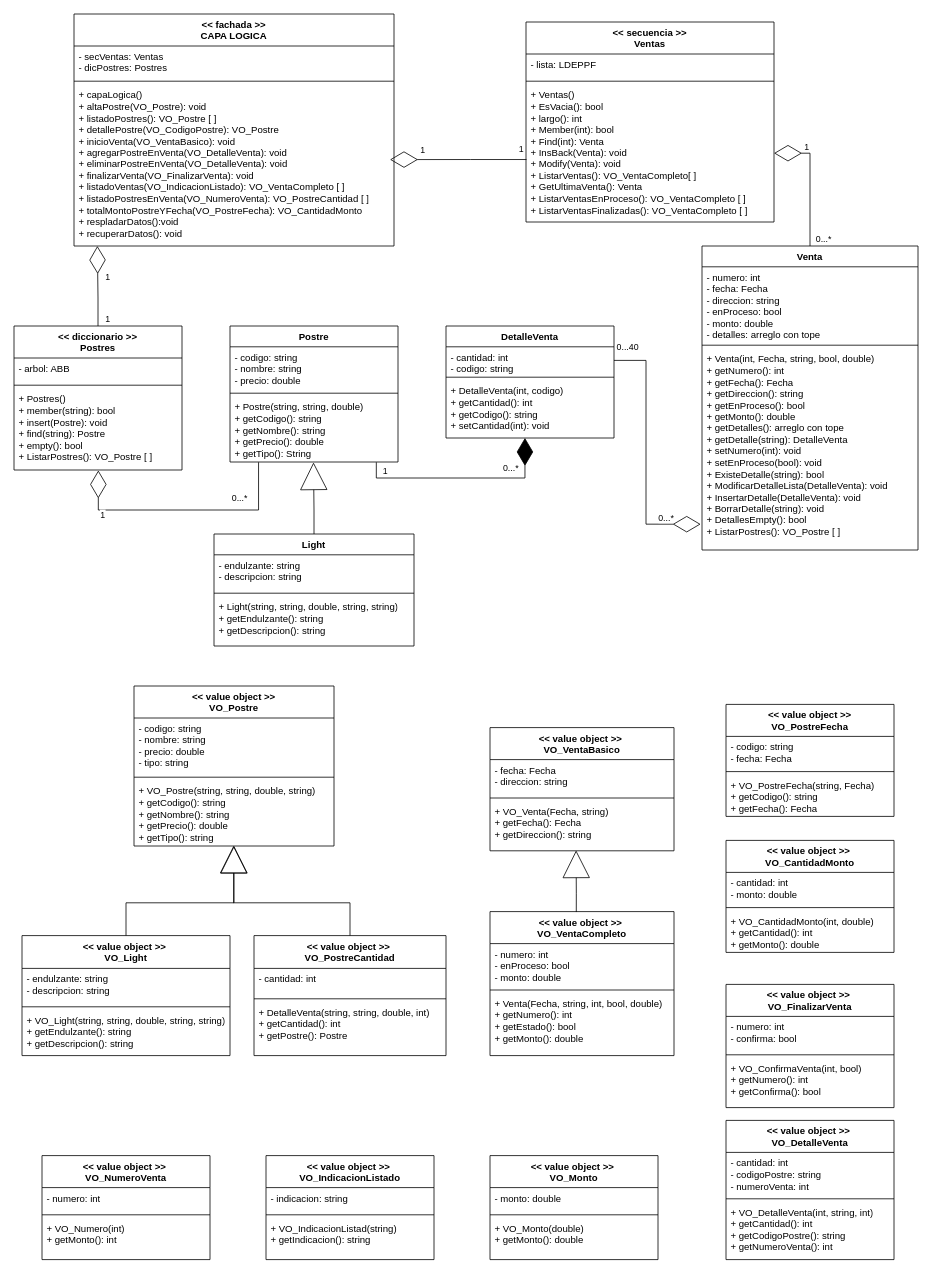
Before: DOCS/Diagramas/Diagrama de clases de implementación.drawio in faussantos/UDE_TALLER_2_2026, a draw.io diagram. Source tidied: cells renumbered, new cells numbered last; positions are measured from the earlier drawing's top-left corner, leaving out a move shared by most shapes. Both pictures are drawn from the tidied source at 80%, with x=0, y=0 at pixel (14, 14).
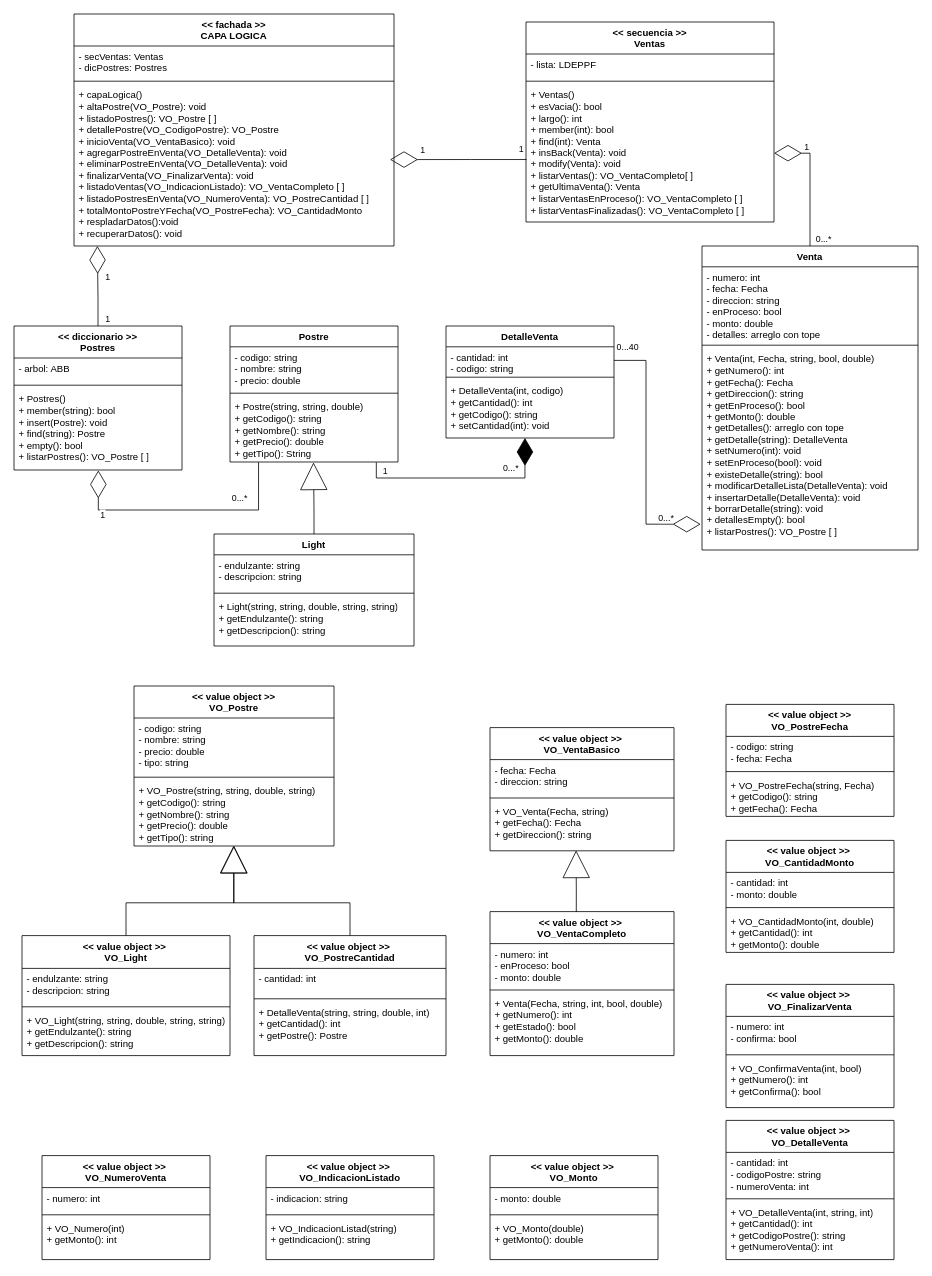
The same diagram, later.

Commit message (it also covers changes not shown here):
diagrama minusculas

The change refers to these unchanged cells:
```xml
<mxCell id="14" value="Venta" style="swimlane;fontStyle=1;align=center;verticalAlign=top;horizontal=1;startSize=26;whiteSpace=wrap;html=1;" parent="1" vertex="1">
  <mxGeometry x="860" y="290" width="270" height="380" as="geometry" />
</mxCell>
<mxCell id="22" value="&lt;div&gt;&amp;lt;&amp;lt; secuencia &amp;gt;&amp;gt;&lt;/div&gt;Ventas" style="swimlane;fontStyle=1;align=center;verticalAlign=top;horizontal=1;startSize=40;whiteSpace=wrap;html=1;" parent="1" vertex="1">
  <mxGeometry x="640" y="10" width="310" height="250" as="geometry" />
</mxCell>
<mxCell id="29" value="&lt;div&gt;&amp;lt;&amp;lt; diccionario &amp;gt;&amp;gt;&lt;/div&gt;Postres" style="swimlane;fontStyle=1;align=center;verticalAlign=top;horizontal=1;startSize=40;whiteSpace=wrap;html=1;" parent="1" vertex="1">
  <mxGeometry y="390" width="210" height="180" as="geometry" />
</mxCell>
```

What changed in the source:
```diff
@@
-    <mxCell id="17" value="+ Venta(int, Fecha, string, bool, double)&lt;div&gt;&lt;span style=&quot;background-color: transparent; color: light-dark(rgb(0, 0, 0), rgb(255, 255, 255));&quot;&gt;+ getNumero(): int&lt;/span&gt;&lt;/div&gt;&lt;div&gt;&lt;span style=&quot;background-color: transparent; color: light-dark(rgb(0, 0, 0), rgb(255, 255, 255));&quot;&gt;+ getFecha(): Fecha&amp;nbsp;&lt;/span&gt;&lt;/div&gt;&lt;div&gt;&lt;span style=&quot;background-color: transparent; color: light-dark(rgb(0, 0, 0), rgb(255, 255, 255));&quot;&gt;+ getDireccion(): string&lt;/span&gt;&lt;/div&gt;&lt;div&gt;&lt;span style=&quot;background-color: transparent; color: light-dark(rgb(0, 0, 0), rgb(255, 255, 255));&quot;&gt;+ getEnProceso(): bool&lt;/span&gt;&lt;/div&gt;&lt;div&gt;&lt;span style=&quot;background-color: transparent; color: light-dark(rgb(0, 0, 0), rgb(255, 255, 255));&quot;&gt;+ getMonto(): double&lt;/span&gt;&lt;/div&gt;&lt;div&gt;+ getDetalles(): arreglo con tope&lt;/div&gt;&lt;div&gt;+ getDetalle(string): DetalleVenta&lt;/div&gt;&lt;div&gt;+ setNumero(int): void&lt;/div&gt;&lt;div&gt;+ setEnProceso(bool): void&lt;/div&gt;&lt;div&gt;+ ExisteDetalle(string): bool&lt;/div&gt;&lt;div&gt;+ ModificarDetalleLista(DetalleVenta): void&lt;/div&gt;&lt;div&gt;+ InsertarDetalle(DetalleVenta): void&lt;/div&gt;&lt;div&gt;+ BorrarDetalle(string): void&lt;/div&gt;&lt;div&gt;+ DetallesEmpty(): bool&lt;/div&gt;&lt;div&gt;+ ListarPostres(): VO_Postre [ ]&lt;/div&gt;" style="text;strokeColor=none;fillColor=none;align=left;verticalAlign=top;spacingLeft=4;spacingRight=4;overflow=hidden;points=[[0,0.5],[1,0.5]];portConstraint=eastwest;whiteSpace=wrap;html=1;" parent="14" vertex="1">
+    <mxCell id="17" value="+ Venta(int, Fecha, string, bool, double)&lt;div&gt;&lt;span style=&quot;background-color: transparent; color: light-dark(rgb(0, 0, 0), rgb(255, 255, 255));&quot;&gt;+ getNumero(): int&lt;/span&gt;&lt;/div&gt;&lt;div&gt;&lt;span style=&quot;background-color: transparent; color: light-dark(rgb(0, 0, 0), rgb(255, 255, 255));&quot;&gt;+ getFecha(): Fecha&amp;nbsp;&lt;/span&gt;&lt;/div&gt;&lt;div&gt;&lt;span style=&quot;background-color: transparent; color: light-dark(rgb(0, 0, 0), rgb(255, 255, 255));&quot;&gt;+ getDireccion(): string&lt;/span&gt;&lt;/div&gt;&lt;div&gt;&lt;span style=&quot;background-color: transparent; color: light-dark(rgb(0, 0, 0), rgb(255, 255, 255));&quot;&gt;+ getEnProceso(): bool&lt;/span&gt;&lt;/div&gt;&lt;div&gt;&lt;span style=&quot;background-color: transparent; color: light-dark(rgb(0, 0, 0), rgb(255, 255, 255));&quot;&gt;+ getMonto(): double&lt;/span&gt;&lt;/div&gt;&lt;div&gt;+ getDetalles(): arreglo con tope&lt;/div&gt;&lt;div&gt;+ getDetalle(string): DetalleVenta&lt;/div&gt;&lt;div&gt;+ setNumero(int): void&lt;/div&gt;&lt;div&gt;+ setEnProceso(bool): void&lt;/div&gt;&lt;div&gt;+ existeDetalle(string): bool&lt;/div&gt;&lt;div&gt;+ modificarDetalleLista(DetalleVenta): void&lt;/div&gt;&lt;div&gt;+ insertarDetalle(DetalleVenta): void&lt;/div&gt;&lt;div&gt;+ borrarDetalle(string): void&lt;/div&gt;&lt;div&gt;+ detallesEmpty(): bool&lt;/div&gt;&lt;div&gt;+ listarPostres(): VO_Postre [ ]&lt;/div&gt;" style="text;strokeColor=none;fillColor=none;align=left;verticalAlign=top;spacingLeft=4;spacingRight=4;overflow=hidden;points=[[0,0.5],[1,0.5]];portConstraint=eastwest;whiteSpace=wrap;html=1;" parent="14" vertex="1">
       <mxGeometry y="128" width="270" height="252" as="geometry" />
     </mxCell>
@@
-    <mxCell id="25" value="+ Ventas()&lt;div&gt;+ EsVacia(): bool&lt;/div&gt;&lt;div&gt;+ largo(): int&lt;/div&gt;&lt;div&gt;+ Member(int): bool&lt;/div&gt;&lt;div&gt;+ Find(int): Venta&lt;/div&gt;&lt;div&gt;+ InsBack(Venta): void&lt;/div&gt;&lt;div&gt;+ Modify(Venta): void&lt;/div&gt;&lt;div&gt;+ ListarVentas(): VO_VentaCompleto[ ]&lt;/div&gt;&lt;div&gt;+ GetUltimaVenta(): Venta&lt;/div&gt;&lt;div&gt;+ ListarVentasEnProceso(): VO_VentaCompleto [ ]&lt;/div&gt;&lt;div&gt;+ ListarVentasFinalizadas(): VO_VentaCompleto [ ]&lt;/div&gt;" style="text;strokeColor=none;fillColor=none;align=left;verticalAlign=top;spacingLeft=4;spacingRight=4;overflow=hidden;points=[[0,0.5],[1,0.5]];portConstraint=eastwest;whiteSpace=wrap;html=1;" parent="22" vertex="1">
+    <mxCell id="25" value="+ Ventas()&lt;div&gt;+ esVacia(): bool&lt;/div&gt;&lt;div&gt;+ largo(): int&lt;/div&gt;&lt;div&gt;+ member(int): bool&lt;/div&gt;&lt;div&gt;+ find(int): Venta&lt;/div&gt;&lt;div&gt;+ insBack(Venta): void&lt;/div&gt;&lt;div&gt;+ modify(Venta): void&lt;/div&gt;&lt;div&gt;+ listarVentas(): VO_VentaCompleto[ ]&lt;/div&gt;&lt;div&gt;+ getUltimaVenta(): Venta&lt;/div&gt;&lt;div&gt;+ listarVentasEnProceso(): VO_VentaCompleto [ ]&lt;/div&gt;&lt;div&gt;+ l&lt;span style=&quot;background-color: transparent; color: light-dark(rgb(0, 0, 0), rgb(255, 255, 255));&quot;&gt;istarVentasFinalizadas(): VO_VentaCompleto [ ]&lt;/span&gt;&lt;/div&gt;" style="text;strokeColor=none;fillColor=none;align=left;verticalAlign=top;spacingLeft=4;spacingRight=4;overflow=hidden;points=[[0,0.5],[1,0.5]];portConstraint=eastwest;whiteSpace=wrap;html=1;" parent="22" vertex="1">
       <mxGeometry y="78" width="310" height="172" as="geometry" />
     </mxCell>
@@
-    <mxCell id="32" value="+ Postres()&lt;div&gt;+ member(string): bool&lt;/div&gt;&lt;div&gt;+ insert(Postre): void&lt;/div&gt;&lt;div&gt;+ find(string): Postre&lt;/div&gt;&lt;div&gt;+ empty(): bool&lt;/div&gt;&lt;div&gt;+ ListarPostres(): VO_Postre [ ]&lt;/div&gt;" style="text;strokeColor=none;fillColor=none;align=left;verticalAlign=top;spacingLeft=4;spacingRight=4;overflow=hidden;points=[[0,0.5],[1,0.5]];portConstraint=eastwest;whiteSpace=wrap;html=1;" parent="29" vertex="1">
+    <mxCell id="32" value="+ Postres()&lt;div&gt;+ member(string): bool&lt;/div&gt;&lt;div&gt;+ insert(Postre): void&lt;/div&gt;&lt;div&gt;+ find(string): Postre&lt;/div&gt;&lt;div&gt;+ empty(): bool&lt;/div&gt;&lt;div&gt;+ listarPostres(): VO_Postre [ ]&lt;/div&gt;" style="text;strokeColor=none;fillColor=none;align=left;verticalAlign=top;spacingLeft=4;spacingRight=4;overflow=hidden;points=[[0,0.5],[1,0.5]];portConstraint=eastwest;whiteSpace=wrap;html=1;" parent="29" vertex="1">
       <mxGeometry y="78" width="210" height="102" as="geometry" />
     </mxCell>
```
